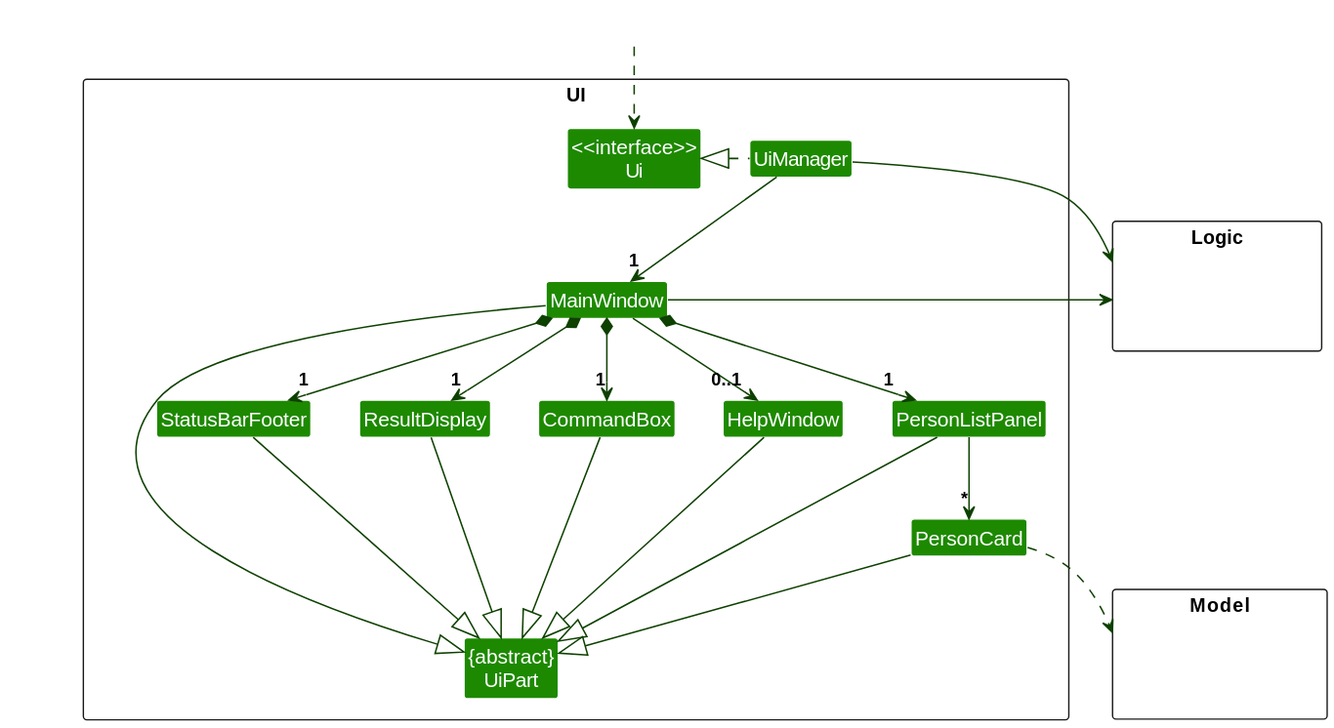
Above: docs/assets/svg/dg/UiClassDiagram.svg in pra-navi/tp (PlantUML), before the change. Source of this version:
```plantuml
@startuml
!include style.puml
skinparam arrowThickness 1.1
skinparam arrowColor UI_COLOR_T4
skinparam classBackgroundColor UI_COLOR

package UI <<Rectangle>>{
Class "<<interface>>\nUi" as Ui
Class "{abstract}\nUiPart" as UiPart
Class UiManager
Class MainWindow
Class HelpWindow
Class ResultDisplay
Class PersonListPanel
Class PersonCard
Class StatusBarFooter
Class CommandBox
}

package Model <<Rectangle>> {
Class HiddenModel #FFFFFF
}

package Logic <<Rectangle>> {
Class HiddenLogic #FFFFFF
}

Class HiddenOutside #FFFFFF
HiddenOutside ..> Ui

UiManager .left.|> Ui
UiManager -down-> "1" MainWindow
MainWindow *-down->  "1" CommandBox
MainWindow *-down-> "1" ResultDisplay
MainWindow *-down-> "1" PersonListPanel
MainWindow *-down-> "1" StatusBarFooter
MainWindow --> "0..1" HelpWindow

PersonListPanel -down-> "*" PersonCard

MainWindow -left-|> UiPart

ResultDisplay --|> UiPart
CommandBox --|> UiPart
PersonListPanel --|> UiPart
PersonCard --|> UiPart
StatusBarFooter --|> UiPart
HelpWindow --|> UiPart

PersonCard ..> Model
UiManager -right-> Logic
MainWindow -left-> Logic

PersonListPanel -[hidden]left- HelpWindow
HelpWindow -[hidden]left- CommandBox
CommandBox -[hidden]left- ResultDisplay
ResultDisplay -[hidden]left- StatusBarFooter

MainWindow -[hidden]-|> UiPart
@enduml
```
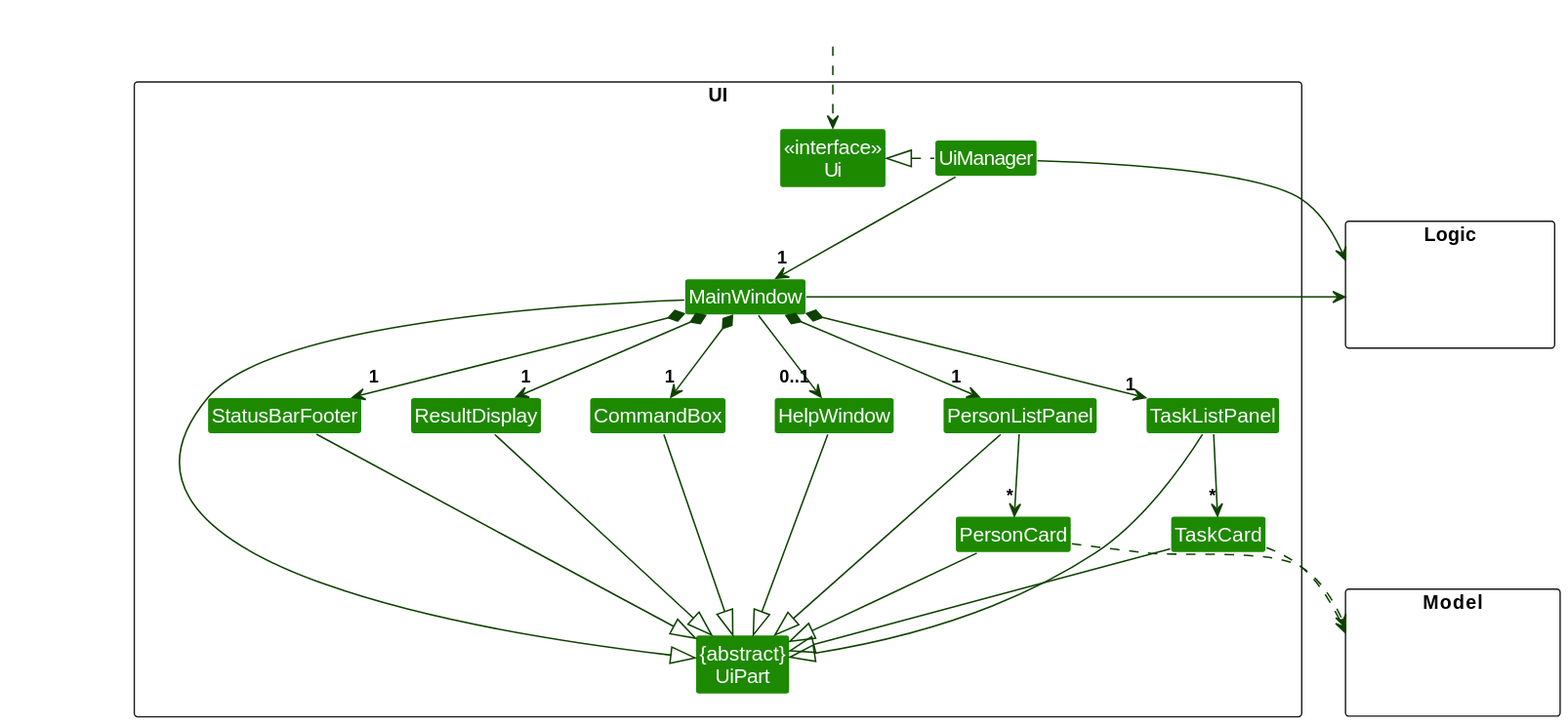
Later version of the same file.

The edit, as a diff of the source:
```diff
@@ -13,6 +13,8 @@
 Class ResultDisplay
 Class PersonListPanel
 Class PersonCard
+Class TaskListPanel
+Class TaskCard
 Class StatusBarFooter
 Class CommandBox
 }
@@ -33,10 +35,12 @@
 MainWindow *-down->  "1" CommandBox
 MainWindow *-down-> "1" ResultDisplay
 MainWindow *-down-> "1" PersonListPanel
+MainWindow *-down-> "1" TaskListPanel
 MainWindow *-down-> "1" StatusBarFooter
 MainWindow --> "0..1" HelpWindow
 
 PersonListPanel -down-> "*" PersonCard
+TaskListPanel -down-> "*" TaskCard
 
 MainWindow -left-|> UiPart
 
@@ -44,13 +48,17 @@
 CommandBox --|> UiPart
 PersonListPanel --|> UiPart
 PersonCard --|> UiPart
+TaskListPanel --|> UiPart
+TaskCard --|> UiPart
 StatusBarFooter --|> UiPart
 HelpWindow --|> UiPart
 
 PersonCard ..> Model
+TaskCard ..> Model
 UiManager -right-> Logic
 MainWindow -left-> Logic
 
+TaskListPanel -[hidden]left- PersonListPanel
 PersonListPanel -[hidden]left- HelpWindow
 HelpWindow -[hidden]left- CommandBox
 CommandBox -[hidden]left- ResultDisplay
```
